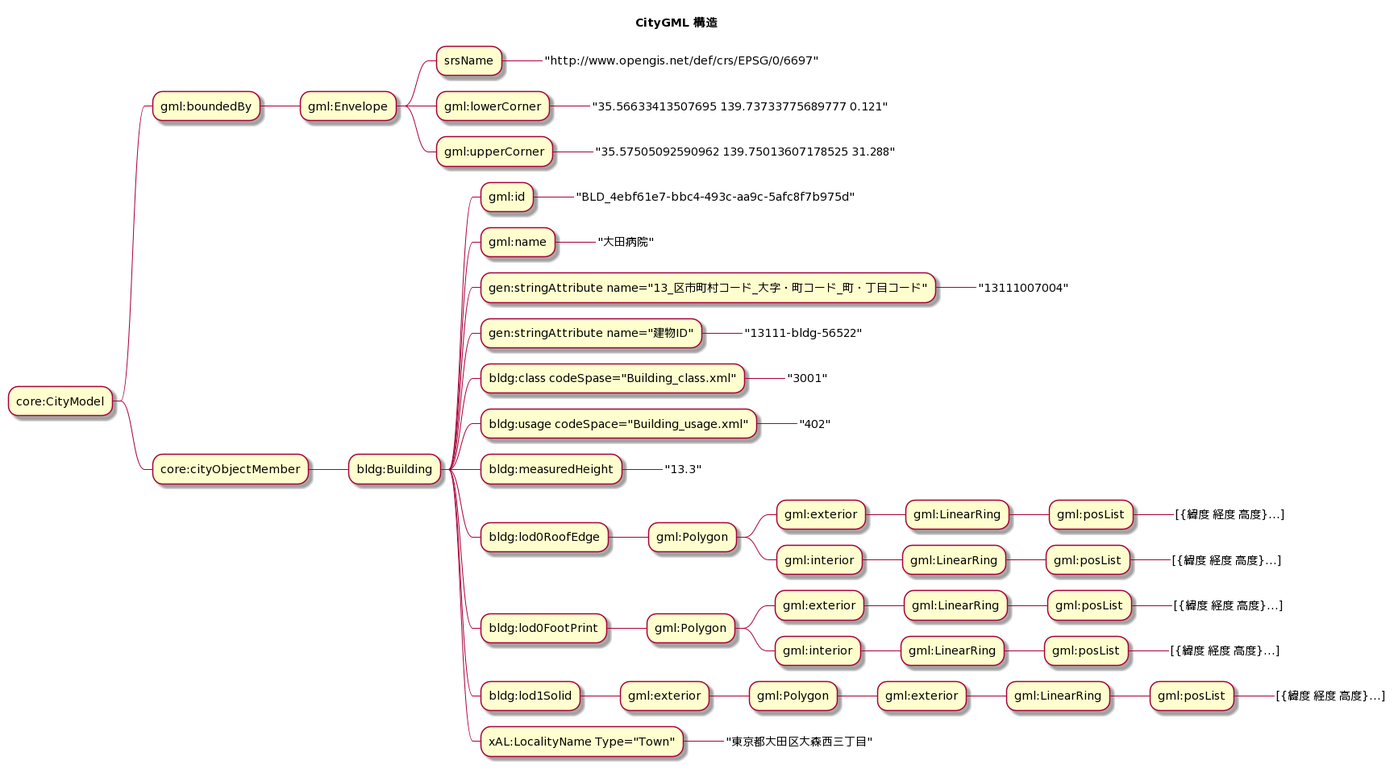
Above: doc/citygml/citygml.mind.png in yuuhayashi/citygml-osm (PlantUML), before the change.
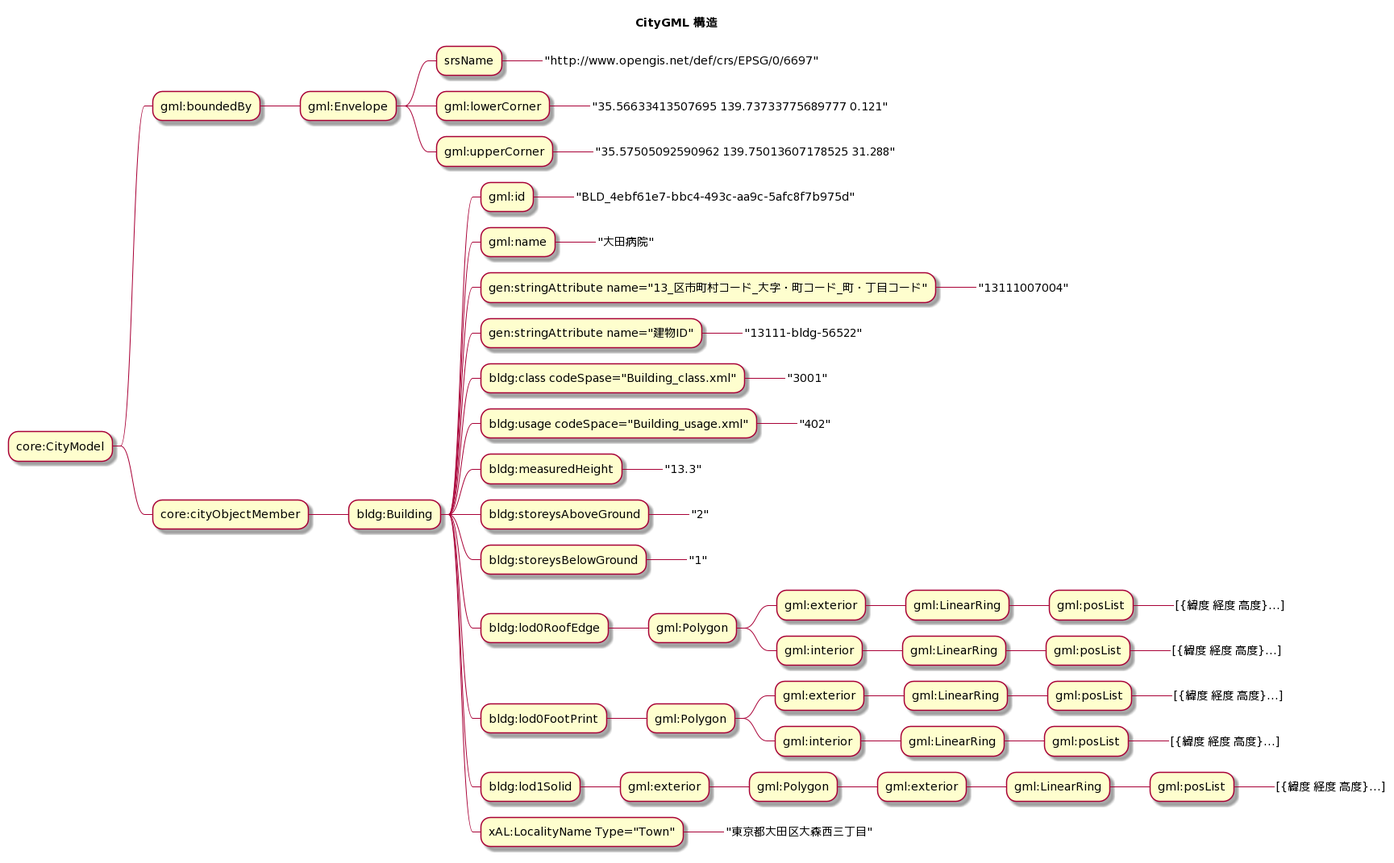
The same file after the commit.

Change to the diagram source:
```diff
@@ -30,6 +30,12 @@
 
 **** bldg:measuredHeight
 *****_ "13.3"
+
+**** bldg:storeysAboveGround
+*****_ "2"
+
+**** bldg:storeysBelowGround
+*****_ "1"
 
 **** bldg:lod0RoofEdge
 ***** gml:Polygon
```
